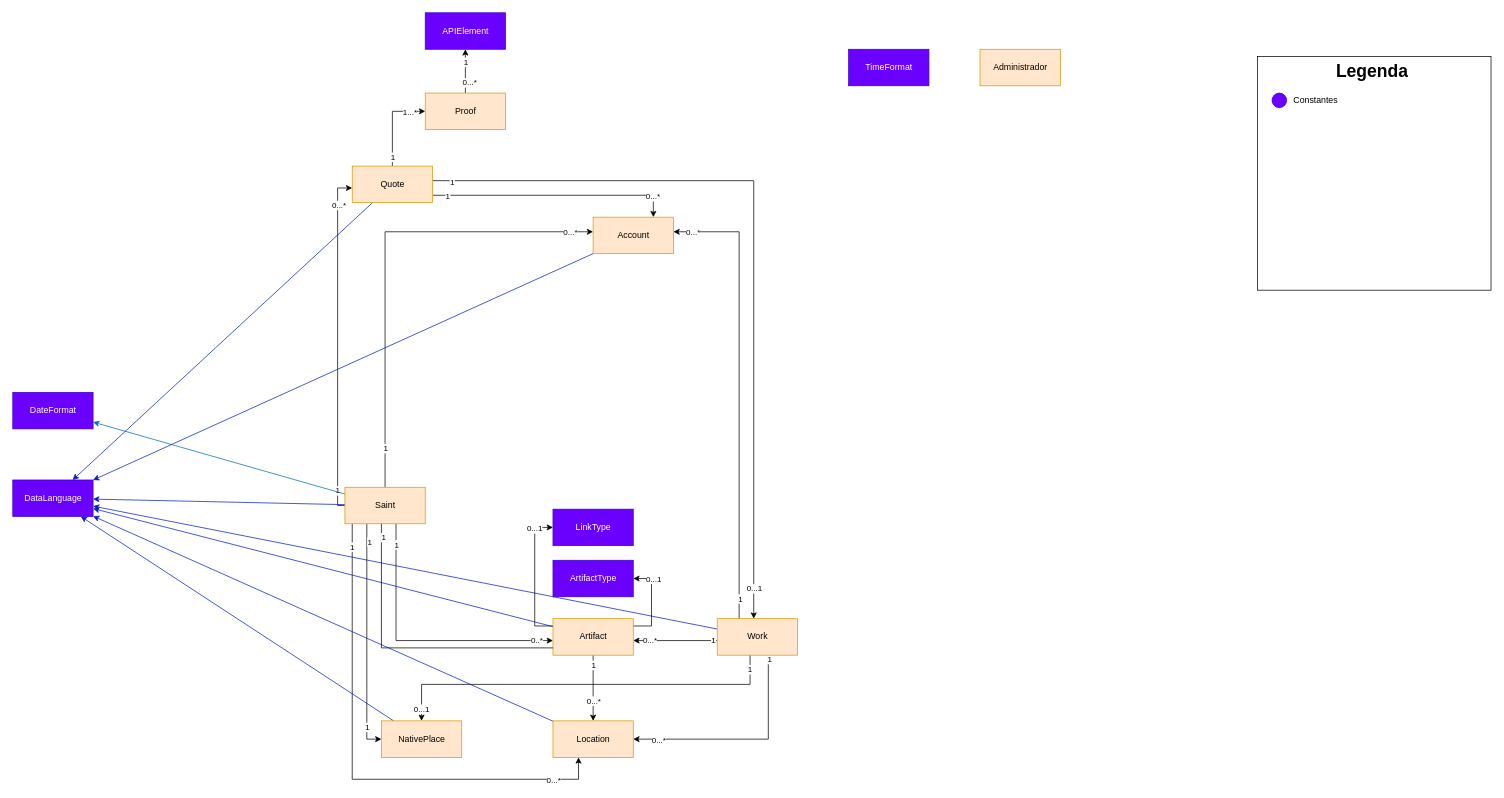
Earlier version of the draw.io diagram page "Conceptual Model" (1 of 2) of Documentation/Untitled Diagram.drawio (the-catholics/Saints-API). Source tidied: cells renumbered, new cells numbered last; positions are measured from the earlier drawing's top-left corner, leaving out a move shared by most shapes. Both pictures are drawn from the tidied source at 73%, with x=0, y=0 at pixel (12, 12).
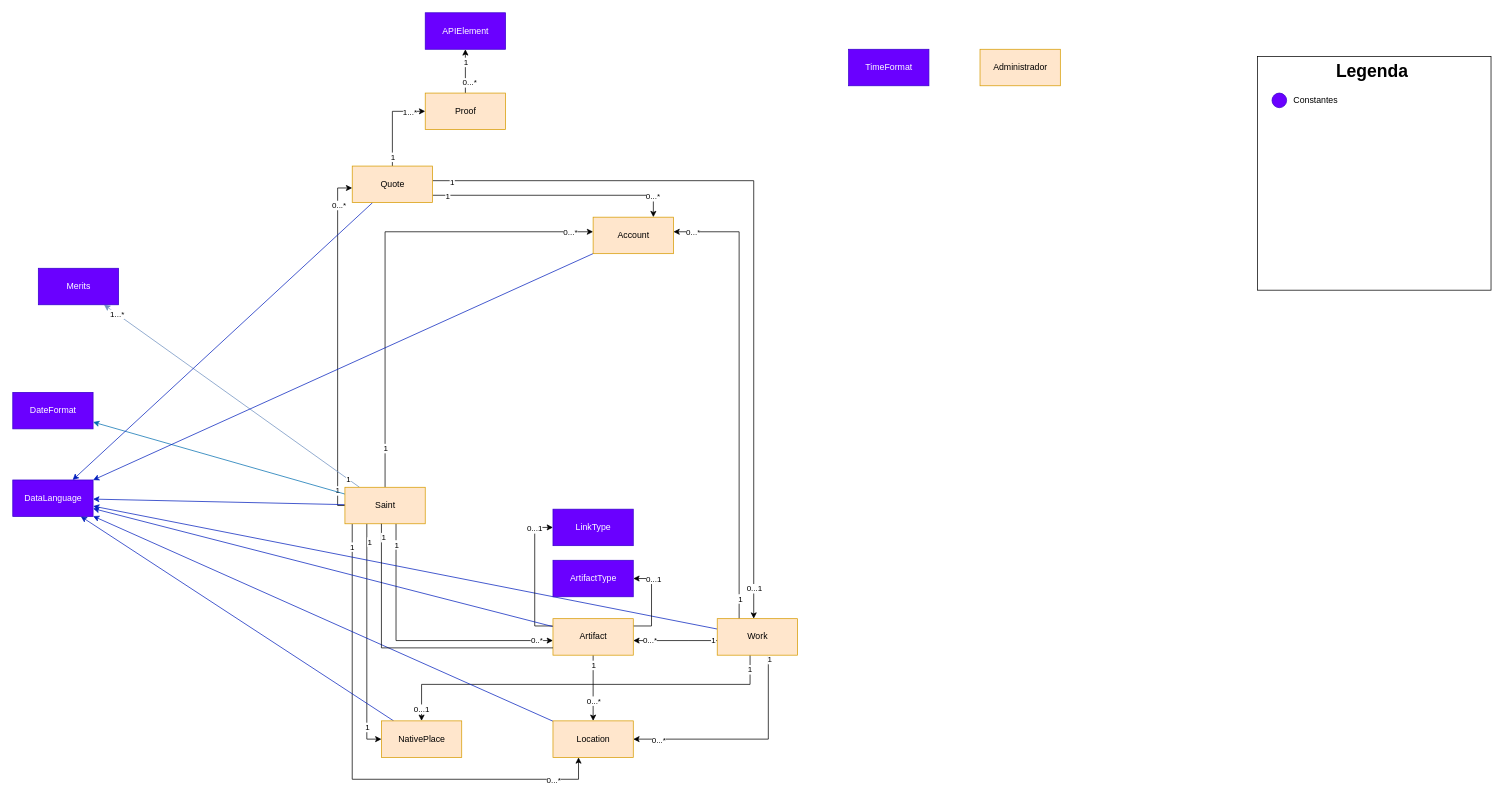
The same page after the edit.

The change refers to these unchanged cells:
```xml
<mxCell id="19" value="Saint" style="html=1;fillColor=#ffe6cc;strokeColor=#d79b00;" parent="1" vertex="1">
  <mxGeometry x="455" y="650" width="110" height="50" as="geometry" />
</mxCell>
```

What changed in the source:
```diff
@@
+    <mxCell id="77" style="edgeStyle=none;rounded=0;jettySize=auto;html=1;fillColor=#dae8fc;gradientColor=#7ea6e0;strokeColor=#6c8ebf;" parent="1" edge="1" source="19" target="80">
+      <mxGeometry relative="1" as="geometry" />
+    </mxCell>
+    <mxCell id="78" value="1" style="edgeLabel;html=1;align=center;verticalAlign=middle;" parent="77" vertex="1">
+      <mxGeometry x="-0.91" relative="1" as="geometry" />
+    </mxCell>
+    <mxCell id="79" value="1...*" style="edgeLabel;html=1;align=center;verticalAlign=middle;" parent="77" vertex="1">
+      <mxGeometry x="0.9" relative="1" as="geometry" />
+    </mxCell>
@@
+    <mxCell id="80" value="Merits" style="html=1;fillColor=#6a00ff;strokeColor=#3700CC;fontColor=#ffffff;" parent="1" vertex="1">
+      <mxGeometry x="35" y="350" width="110" height="50" as="geometry" />
+    </mxCell>
```
